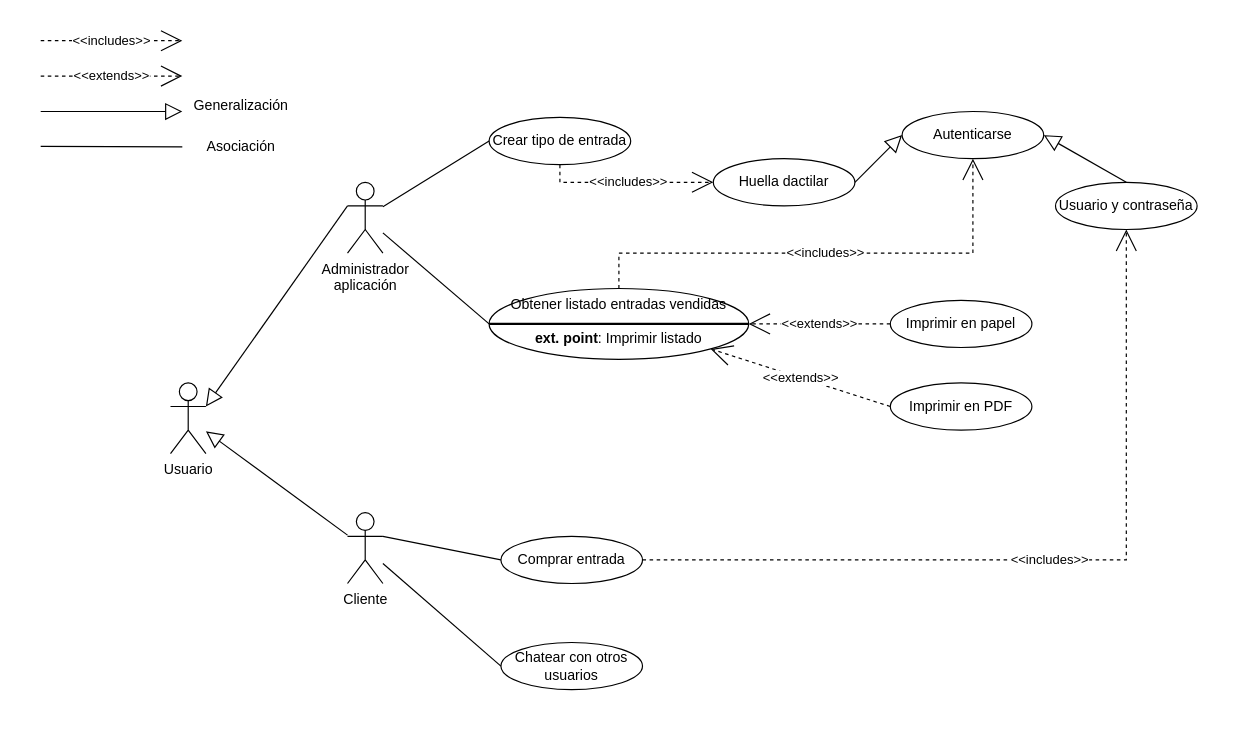
The draw.io diagram PracticaCasoUso.drawio in memfu/EntornosDesarrollo, before the edit. Source tidied: cells renumbered, new cells numbered last; positions are measured from the earlier drawing's top-left corner, leaving out a move shared by most shapes. Both pictures are drawn from the tidied source at 118%, with x=0, y=0 at pixel (40, 40).
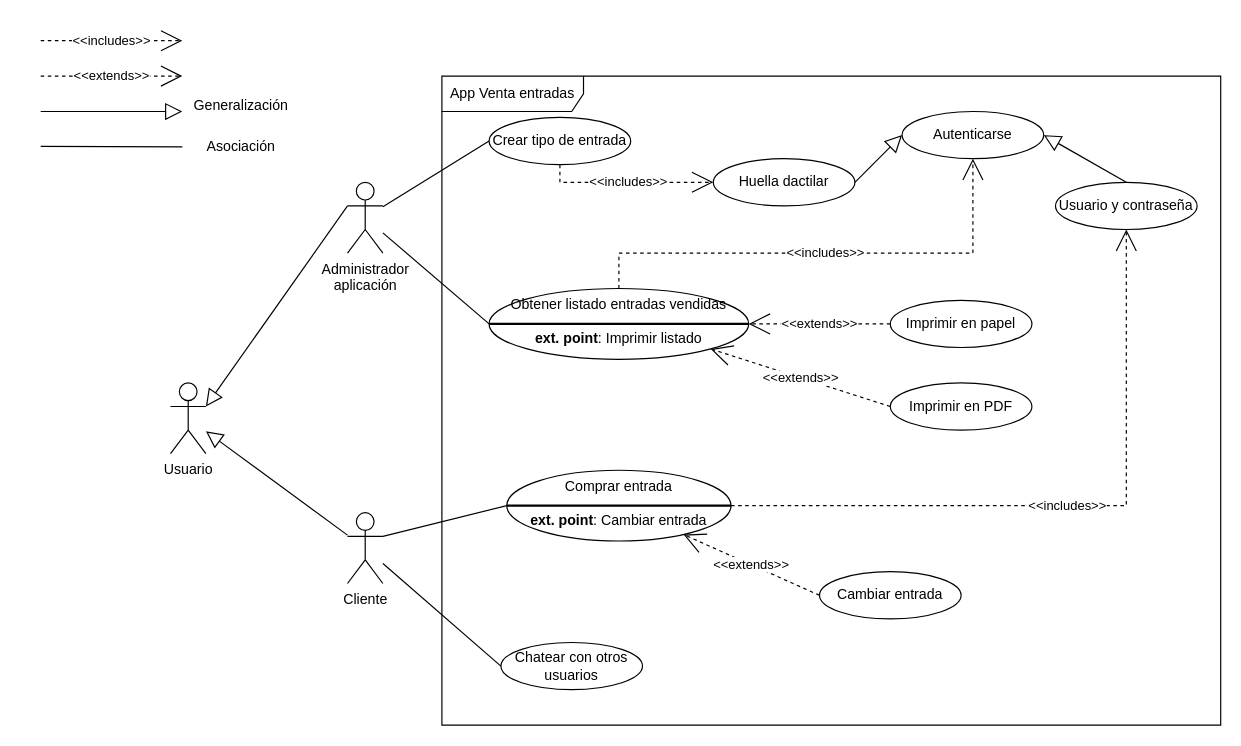
Above is the later version.

Unchanged cells that the change refers to:
```xml
<mxCell id="14" value="Usuario y contraseña" style="ellipse;whiteSpace=wrap;html=1;" parent="1" vertex="1">
  <mxGeometry x="860" y="120" width="120" height="40" as="geometry" />
</mxCell>
```

Change to the diagram source:
```diff
@@
-    <mxCell id="27" value="Comprar entrada" style="ellipse;whiteSpace=wrap;html=1;" parent="1" vertex="1">
-      <mxGeometry x="390" y="420" width="120" height="40" as="geometry" />
+    <mxCell id="27" value="&lt;div&gt;Comprar entrada&lt;/div&gt;&lt;div&gt;&lt;br&gt;&lt;/div&gt;&lt;div&gt;&lt;b&gt;ext. point&lt;/b&gt;: Cambiar entrada&lt;br&gt;&lt;/div&gt;" style="ellipse;whiteSpace=wrap;html=1;verticalAlign=top;" parent="1" vertex="1">
+      <mxGeometry x="395" y="364" width="190" height="60" as="geometry" />
     </mxCell>
@@
     <mxCell id="29" value="&amp;lt;&amp;lt;includes&amp;gt;&amp;gt;" style="endArrow=open;endSize=16;endFill=0;html=1;rounded=0;dashed=1;entryX=0.5;entryY=1;entryDx=0;entryDy=0;exitX=1;exitY=0.5;exitDx=0;exitDy=0;" parent="1" edge="1" source="27" target="14">
       <mxGeometry relative="1" as="geometry">
         <Array as="points">
-          <mxPoint x="790" y="440" />
-          <mxPoint x="920" y="440" />
+          <mxPoint x="920" y="394" />
         </Array>
       </mxGeometry>
     </mxCell>
@@
+    <mxCell id="34" style="endArrow=none;html=1;strokeWidth=2;rounded=0;exitX=0;exitY=0.5;exitDx=0;exitDy=0;entryX=1;entryY=0.5;entryDx=0;entryDy=0;" parent="1" edge="1" source="27" target="27">
+      <mxGeometry relative="1" as="geometry" />
+    </mxCell>
+    <mxCell id="35" value="Cambiar entrada" style="ellipse;whiteSpace=wrap;html=1;" parent="1" vertex="1">
+      <mxGeometry x="660" y="450" width="120" height="40" as="geometry" />
+    </mxCell>
+    <mxCell id="36" value="&amp;lt;&amp;lt;extends&amp;gt;&amp;gt;" style="endArrow=open;endSize=16;endFill=0;html=1;rounded=0;dashed=1;exitX=0;exitY=0.5;exitDx=0;exitDy=0;" parent="1" edge="1" source="35" target="27">
+      <mxGeometry relative="1" as="geometry" />
+    </mxCell>
+    <mxCell id="37" value="App Venta entradas" style="shape=umlFrame;whiteSpace=wrap;html=1;width=120;height=30;" parent="1" vertex="1">
+      <mxGeometry x="340" y="30" width="660" height="550" as="geometry" />
+    </mxCell>
```
